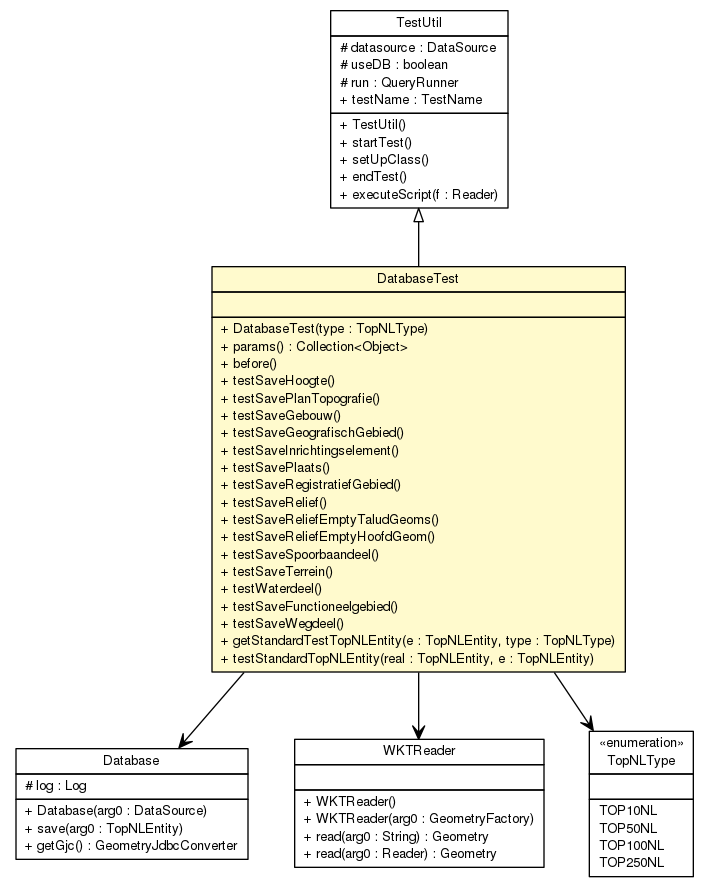
The Graphviz diagram topnlparser/testapidocs/nl/b3p/topnl/DatabaseTest.png in B3Partners/brmo, before a commit. Its source is kept beside it as topnlparser/testapidocs/nl/b3p/topnl/DatabaseTest.dot. Source of this version:
```dot

digraph G {
	edge [fontname="Helvetica",fontsize=10,labelfontname="Helvetica",labelfontsize=10];
	node [fontname="Helvetica",fontsize=10,shape=plaintext];
	nodesep=0.25;
	ranksep=0.5;
	c41 [label=<<table title="nl.b3p.topnl.TestUtil" border="0" cellborder="1" cellspacing="0" cellpadding="2" port="p" href="./TestUtil.html">
		<tr><td><table border="0" cellspacing="0" cellpadding="1">
<tr><td align="center" balign="center"> TestUtil </td></tr>
		</table></td></tr>
		<tr><td><table border="0" cellspacing="0" cellpadding="1">
<tr><td align="left" balign="left"> # datasource : DataSource </td></tr>
<tr><td align="left" balign="left"> # useDB : boolean </td></tr>
<tr><td align="left" balign="left"> # run : QueryRunner </td></tr>
<tr><td align="left" balign="left"> + testName : TestName </td></tr>
		</table></td></tr>
		<tr><td><table border="0" cellspacing="0" cellpadding="1">
<tr><td align="left" balign="left"> + TestUtil() </td></tr>
<tr><td align="left" balign="left"> + startTest() </td></tr>
<tr><td align="left" balign="left"> + setUpClass() </td></tr>
<tr><td align="left" balign="left"> + endTest() </td></tr>
<tr><td align="left" balign="left"> + executeScript(f : Reader) </td></tr>
		</table></td></tr>
		</table>>, URL="./TestUtil.html", fontname="Helvetica", fontcolor="black", fontsize=10.0];
	c45 [label=<<table title="nl.b3p.topnl.DatabaseTest" border="0" cellborder="1" cellspacing="0" cellpadding="2" port="p" bgcolor="lemonChiffon" href="./DatabaseTest.html">
		<tr><td><table border="0" cellspacing="0" cellpadding="1">
<tr><td align="center" balign="center"> DatabaseTest </td></tr>
		</table></td></tr>
		<tr><td><table border="0" cellspacing="0" cellpadding="1">
<tr><td align="left" balign="left">  </td></tr>
		</table></td></tr>
		<tr><td><table border="0" cellspacing="0" cellpadding="1">
<tr><td align="left" balign="left"> + DatabaseTest(type : TopNLType) </td></tr>
<tr><td align="left" balign="left"> + params() : Collection&lt;Object&gt; </td></tr>
<tr><td align="left" balign="left"> + before() </td></tr>
<tr><td align="left" balign="left"> + testSaveHoogte() </td></tr>
<tr><td align="left" balign="left"> + testSavePlanTopografie() </td></tr>
<tr><td align="left" balign="left"> + testSaveGebouw() </td></tr>
<tr><td align="left" balign="left"> + testSaveGeografischGebied() </td></tr>
<tr><td align="left" balign="left"> + testSaveInrichtingselement() </td></tr>
<tr><td align="left" balign="left"> + testSavePlaats() </td></tr>
<tr><td align="left" balign="left"> + testSaveRegistratiefGebied() </td></tr>
<tr><td align="left" balign="left"> + testSaveRelief() </td></tr>
<tr><td align="left" balign="left"> + testSaveReliefEmptyTaludGeoms() </td></tr>
<tr><td align="left" balign="left"> + testSaveReliefEmptyHoofdGeom() </td></tr>
<tr><td align="left" balign="left"> + testSaveSpoorbaandeel() </td></tr>
<tr><td align="left" balign="left"> + testSaveTerrein() </td></tr>
<tr><td align="left" balign="left"> + testWaterdeel() </td></tr>
<tr><td align="left" balign="left"> + testSaveFunctioneelgebied() </td></tr>
<tr><td align="left" balign="left"> + testSaveWegdeel() </td></tr>
<tr><td align="left" balign="left"> + getStandardTestTopNLEntity(e : TopNLEntity, type : TopNLType) </td></tr>
<tr><td align="left" balign="left"> + testStandardTopNLEntity(real : TopNLEntity, e : TopNLEntity) </td></tr>
		</table></td></tr>
		</table>>, URL="./DatabaseTest.html", fontname="Helvetica", fontcolor="black", fontsize=10.0];
	c41:p -> c45:p [dir=back,arrowtail=empty];
	c45:p -> c64:p [taillabel="", label="", headlabel="", fontname="Helvetica", fontcolor="black", fontsize=10.0, color="black", arrowhead=open];
	c45:p -> c68:p [taillabel="", label="", headlabel="", fontname="Helvetica", fontcolor="black", fontsize=10.0, color="black", arrowhead=open];
	c45:p -> c69:p [taillabel="", label="", headlabel="", fontname="Helvetica", fontcolor="black", fontsize=10.0, color="black", arrowhead=open];
	c69 [label=<<table title="nl.b3p.topnl.TopNLType" border="0" cellborder="1" cellspacing="0" cellpadding="2" port="p">
		<tr><td><table border="0" cellspacing="0" cellpadding="1">
<tr><td align="center" balign="center"> &#171;enumeration&#187; </td></tr>
<tr><td align="center" balign="center"> TopNLType </td></tr>
		</table></td></tr>
		<tr><td><table border="0" cellspacing="0" cellpadding="1">
<tr><td align="left" balign="left">  </td></tr>
		</table></td></tr>
		<tr><td><table border="0" cellspacing="0" cellpadding="1">
<tr><td align="left" balign="left"> TOP10NL </td></tr>
<tr><td align="left" balign="left"> TOP50NL </td></tr>
<tr><td align="left" balign="left"> TOP100NL </td></tr>
<tr><td align="left" balign="left"> TOP250NL </td></tr>
		</table></td></tr>
		</table>>, URL="null", fontname="Helvetica", fontcolor="black", fontsize=10.0];
	c68 [label=<<table title="com.vividsolutions.jts.io.WKTReader" border="0" cellborder="1" cellspacing="0" cellpadding="2" port="p">
		<tr><td><table border="0" cellspacing="0" cellpadding="1">
<tr><td align="center" balign="center"> WKTReader </td></tr>
		</table></td></tr>
		<tr><td><table border="0" cellspacing="0" cellpadding="1">
<tr><td align="left" balign="left">  </td></tr>
		</table></td></tr>
		<tr><td><table border="0" cellspacing="0" cellpadding="1">
<tr><td align="left" balign="left"> + WKTReader() </td></tr>
<tr><td align="left" balign="left"> + WKTReader(arg0 : GeometryFactory) </td></tr>
<tr><td align="left" balign="left"> + read(arg0 : String) : Geometry </td></tr>
<tr><td align="left" balign="left"> + read(arg0 : Reader) : Geometry </td></tr>
		</table></td></tr>
		</table>>, URL="null", fontname="Helvetica", fontcolor="black", fontsize=10.0];
	c64 [label=<<table title="nl.b3p.topnl.Database" border="0" cellborder="1" cellspacing="0" cellpadding="2" port="p">
		<tr><td><table border="0" cellspacing="0" cellpadding="1">
<tr><td align="center" balign="center"> Database </td></tr>
		</table></td></tr>
		<tr><td><table border="0" cellspacing="0" cellpadding="1">
<tr><td align="left" balign="left"> # log : Log </td></tr>
		</table></td></tr>
		<tr><td><table border="0" cellspacing="0" cellpadding="1">
<tr><td align="left" balign="left"> + Database(arg0 : DataSource) </td></tr>
<tr><td align="left" balign="left"> + save(arg0 : TopNLEntity) </td></tr>
<tr><td align="left" balign="left"> + getGjc() : GeometryJdbcConverter </td></tr>
		</table></td></tr>
		</table>>, URL="null", fontname="Helvetica", fontcolor="black", fontsize=10.0];
}
```
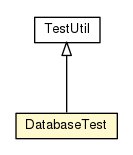
After the change.

Change to the diagram source:
```diff
@@ -4,98 +4,15 @@
 	node [fontname="Helvetica",fontsize=10,shape=plaintext];
 	nodesep=0.25;
 	ranksep=0.5;
-	c41 [label=<<table title="nl.b3p.topnl.TestUtil" border="0" cellborder="1" cellspacing="0" cellpadding="2" port="p" href="./TestUtil.html">
+	c24 [label=<<table title="nl.b3p.topnl.TestUtil" border="0" cellborder="1" cellspacing="0" cellpadding="2" port="p" href="./TestUtil.html">
 		<tr><td><table border="0" cellspacing="0" cellpadding="1">
 <tr><td align="center" balign="center"> TestUtil </td></tr>
 		</table></td></tr>
-		<tr><td><table border="0" cellspacing="0" cellpadding="1">
-<tr><td align="left" balign="left"> # datasource : DataSource </td></tr>
-<tr><td align="left" balign="left"> # useDB : boolean </td></tr>
-<tr><td align="left" balign="left"> # run : QueryRunner </td></tr>
-<tr><td align="left" balign="left"> + testName : TestName </td></tr>
-		</table></td></tr>
-		<tr><td><table border="0" cellspacing="0" cellpadding="1">
-<tr><td align="left" balign="left"> + TestUtil() </td></tr>
-<tr><td align="left" balign="left"> + startTest() </td></tr>
-<tr><td align="left" balign="left"> + setUpClass() </td></tr>
-<tr><td align="left" balign="left"> + endTest() </td></tr>
-<tr><td align="left" balign="left"> + executeScript(f : Reader) </td></tr>
-		</table></td></tr>
 		</table>>, URL="./TestUtil.html", fontname="Helvetica", fontcolor="black", fontsize=10.0];
-	c45 [label=<<table title="nl.b3p.topnl.DatabaseTest" border="0" cellborder="1" cellspacing="0" cellpadding="2" port="p" bgcolor="lemonChiffon" href="./DatabaseTest.html">
+	c27 [label=<<table title="nl.b3p.topnl.DatabaseTest" border="0" cellborder="1" cellspacing="0" cellpadding="2" port="p" bgcolor="lemonChiffon" href="./DatabaseTest.html">
 		<tr><td><table border="0" cellspacing="0" cellpadding="1">
 <tr><td align="center" balign="center"> DatabaseTest </td></tr>
 		</table></td></tr>
-		<tr><td><table border="0" cellspacing="0" cellpadding="1">
-<tr><td align="left" balign="left">  </td></tr>
-		</table></td></tr>
-		<tr><td><table border="0" cellspacing="0" cellpadding="1">
-<tr><td align="left" balign="left"> + DatabaseTest(type : TopNLType) </td></tr>
-<tr><td align="left" balign="left"> + params() : Collection&lt;Object&gt; </td></tr>
-<tr><td align="left" balign="left"> + before() </td></tr>
-<tr><td align="left" balign="left"> + testSaveHoogte() </td></tr>
-<tr><td align="left" balign="left"> + testSavePlanTopografie() </td></tr>
-<tr><td align="left" balign="left"> + testSaveGebouw() </td></tr>
-<tr><td align="left" balign="left"> + testSaveGeografischGebied() </td></tr>
-<tr><td align="left" balign="left"> + testSaveInrichtingselement() </td></tr>
-<tr><td align="left" balign="left"> + testSavePlaats() </td></tr>
-<tr><td align="left" balign="left"> + testSaveRegistratiefGebied() </td></tr>
-<tr><td align="left" balign="left"> + testSaveRelief() </td></tr>
-<tr><td align="left" balign="left"> + testSaveReliefEmptyTaludGeoms() </td></tr>
-<tr><td align="left" balign="left"> + testSaveReliefEmptyHoofdGeom() </td></tr>
-<tr><td align="left" balign="left"> + testSaveSpoorbaandeel() </td></tr>
-<tr><td align="left" balign="left"> + testSaveTerrein() </td></tr>
-<tr><td align="left" balign="left"> + testWaterdeel() </td></tr>
-<tr><td align="left" balign="left"> + testSaveFunctioneelgebied() </td></tr>
-<tr><td align="left" balign="left"> + testSaveWegdeel() </td></tr>
-<tr><td align="left" balign="left"> + getStandardTestTopNLEntity(e : TopNLEntity, type : TopNLType) </td></tr>
-<tr><td align="left" balign="left"> + testStandardTopNLEntity(real : TopNLEntity, e : TopNLEntity) </td></tr>
-		</table></td></tr>
 		</table>>, URL="./DatabaseTest.html", fontname="Helvetica", fontcolor="black", fontsize=10.0];
-	c41:p -> c45:p [dir=back,arrowtail=empty];
-	c45:p -> c64:p [taillabel="", label="", headlabel="", fontname="Helvetica", fontcolor="black", fontsize=10.0, color="black", arrowhead=open];
-	c45:p -> c68:p [taillabel="", label="", headlabel="", fontname="Helvetica", fontcolor="black", fontsize=10.0, color="black", arrowhead=open];
-	c45:p -> c69:p [taillabel="", label="", headlabel="", fontname="Helvetica", fontcolor="black", fontsize=10.0, color="black", arrowhead=open];
-	c69 [label=<<table title="nl.b3p.topnl.TopNLType" border="0" cellborder="1" cellspacing="0" cellpadding="2" port="p">
-		<tr><td><table border="0" cellspacing="0" cellpadding="1">
-<tr><td align="center" balign="center"> &#171;enumeration&#187; </td></tr>
-<tr><td align="center" balign="center"> TopNLType </td></tr>
-		</table></td></tr>
-		<tr><td><table border="0" cellspacing="0" cellpadding="1">
-<tr><td align="left" balign="left">  </td></tr>
-		</table></td></tr>
-		<tr><td><table border="0" cellspacing="0" cellpadding="1">
-<tr><td align="left" balign="left"> TOP10NL </td></tr>
-<tr><td align="left" balign="left"> TOP50NL </td></tr>
-<tr><td align="left" balign="left"> TOP100NL </td></tr>
-<tr><td align="left" balign="left"> TOP250NL </td></tr>
-		</table></td></tr>
-		</table>>, URL="null", fontname="Helvetica", fontcolor="black", fontsize=10.0];
-	c68 [label=<<table title="com.vividsolutions.jts.io.WKTReader" border="0" cellborder="1" cellspacing="0" cellpadding="2" port="p">
-		<tr><td><table border="0" cellspacing="0" cellpadding="1">
-<tr><td align="center" balign="center"> WKTReader </td></tr>
-		</table></td></tr>
-		<tr><td><table border="0" cellspacing="0" cellpadding="1">
-<tr><td align="left" balign="left">  </td></tr>
-		</table></td></tr>
-		<tr><td><table border="0" cellspacing="0" cellpadding="1">
-<tr><td align="left" balign="left"> + WKTReader() </td></tr>
-<tr><td align="left" balign="left"> + WKTReader(arg0 : GeometryFactory) </td></tr>
-<tr><td align="left" balign="left"> + read(arg0 : String) : Geometry </td></tr>
-<tr><td align="left" balign="left"> + read(arg0 : Reader) : Geometry </td></tr>
-		</table></td></tr>
-		</table>>, URL="null", fontname="Helvetica", fontcolor="black", fontsize=10.0];
-	c64 [label=<<table title="nl.b3p.topnl.Database" border="0" cellborder="1" cellspacing="0" cellpadding="2" port="p">
-		<tr><td><table border="0" cellspacing="0" cellpadding="1">
-<tr><td align="center" balign="center"> Database </td></tr>
-		</table></td></tr>
-		<tr><td><table border="0" cellspacing="0" cellpadding="1">
-<tr><td align="left" balign="left"> # log : Log </td></tr>
-		</table></td></tr>
-		<tr><td><table border="0" cellspacing="0" cellpadding="1">
-<tr><td align="left" balign="left"> + Database(arg0 : DataSource) </td></tr>
-<tr><td align="left" balign="left"> + save(arg0 : TopNLEntity) </td></tr>
-<tr><td align="left" balign="left"> + getGjc() : GeometryJdbcConverter </td></tr>
-		</table></td></tr>
-		</table>>, URL="null", fontname="Helvetica", fontcolor="black", fontsize=10.0];
+	c24:p -> c27:p [dir=back,arrowtail=empty];
 }
```
